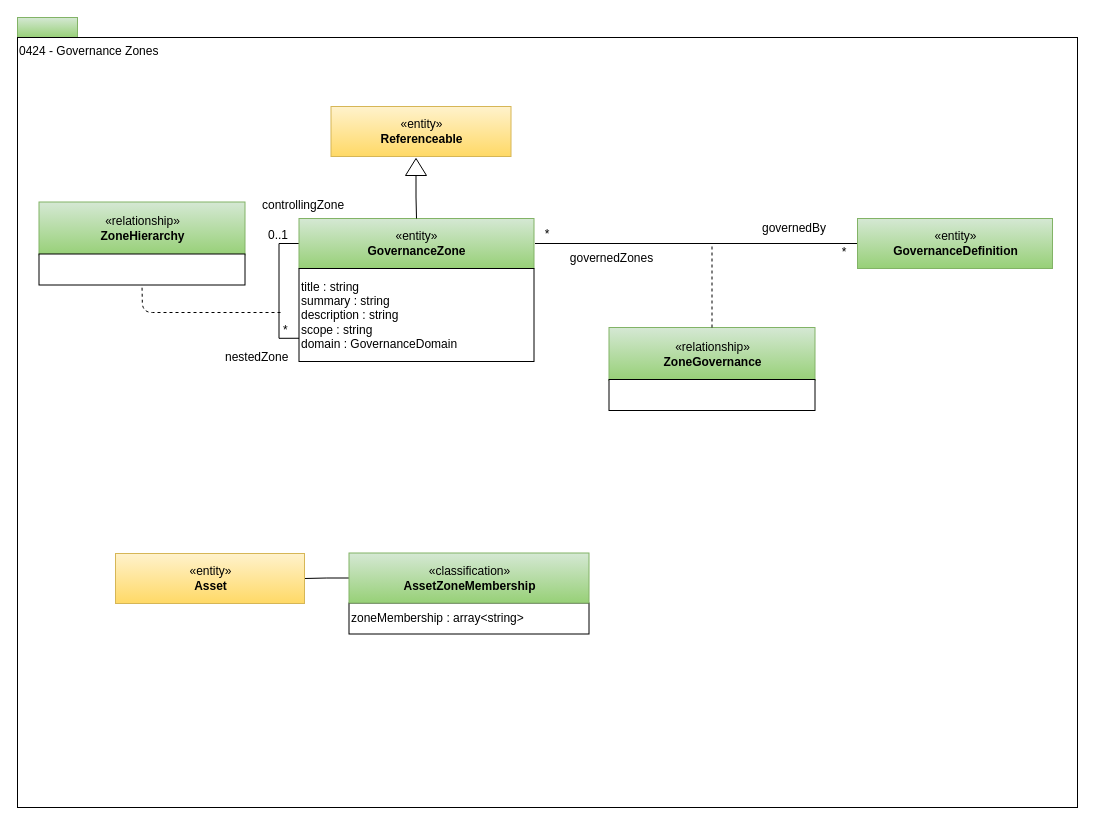
The draw.io diagram page "0424-Governance-Zones" (5 of 9) of open-metadata-publication/website/open-metadata-types/area-4-governance.drawio in planetf1/egeria, before the edit. Source tidied: cells renumbered, new cells numbered last; positions are measured from the earlier drawing's top-left corner, leaving out a move shared by most shapes. Both pictures are drawn from the tidied source at 100%, with x=0, y=0 at pixel (17, 17).
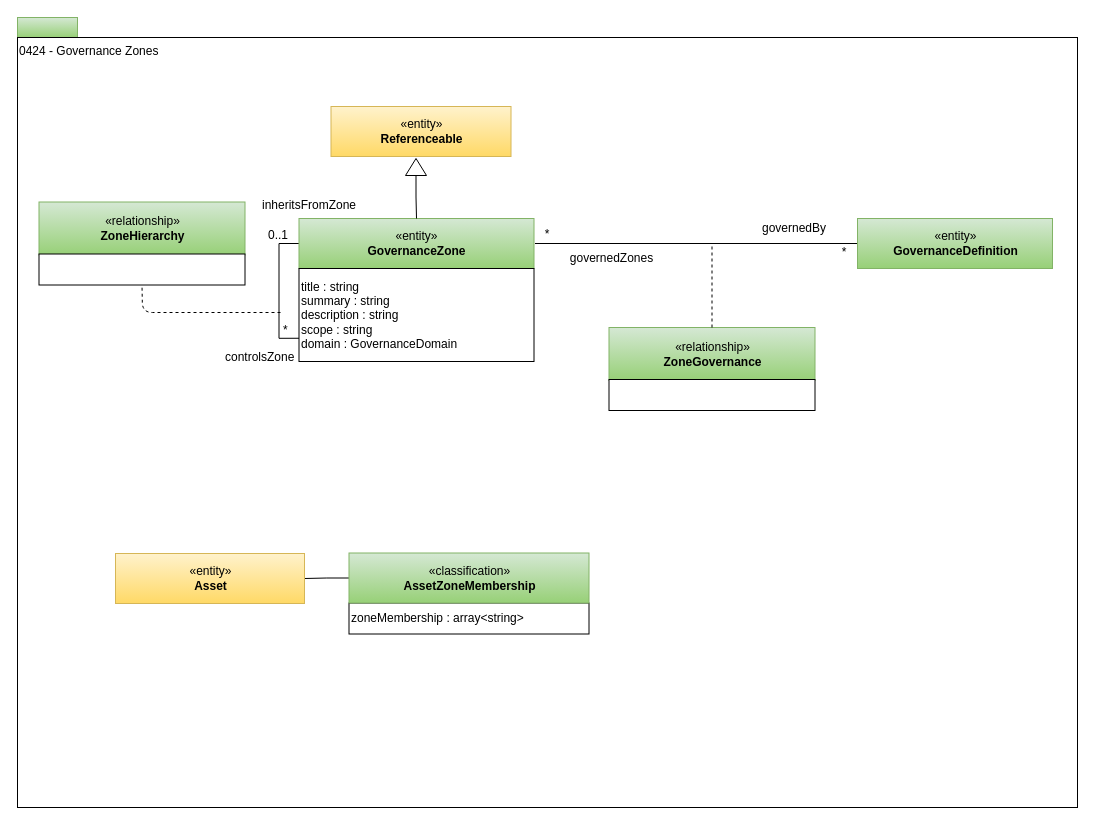
The same page after the edit.

What changed in the source:
```diff
@@
-    <mxCell id="26" value="controllingZone" style="text;html=1;align=left;verticalAlign=top;spacingTop=-4;" parent="1" vertex="1">
-      <mxGeometry x="242.5" y="177.5" width="92" height="14" as="geometry" />
+    <mxCell id="26" value="inheritsFromZone" style="text;html=1;align=left;verticalAlign=top;spacingTop=-4;" parent="1" vertex="1">
+      <mxGeometry x="242.5" y="177.5" width="104" height="14" as="geometry" />
     </mxCell>
-    <mxCell id="27" value="nestedZone" style="text;html=1;align=left;verticalAlign=top;spacingTop=-4;" parent="1" vertex="1">
-      <mxGeometry x="206" y="329.5" width="73" height="14" as="geometry" />
+    <mxCell id="27" value="controlsZone" style="text;html=1;align=left;verticalAlign=top;spacingTop=-4;" parent="1" vertex="1">
+      <mxGeometry x="206" y="329.5" width="79" height="14" as="geometry" />
     </mxCell>
```
